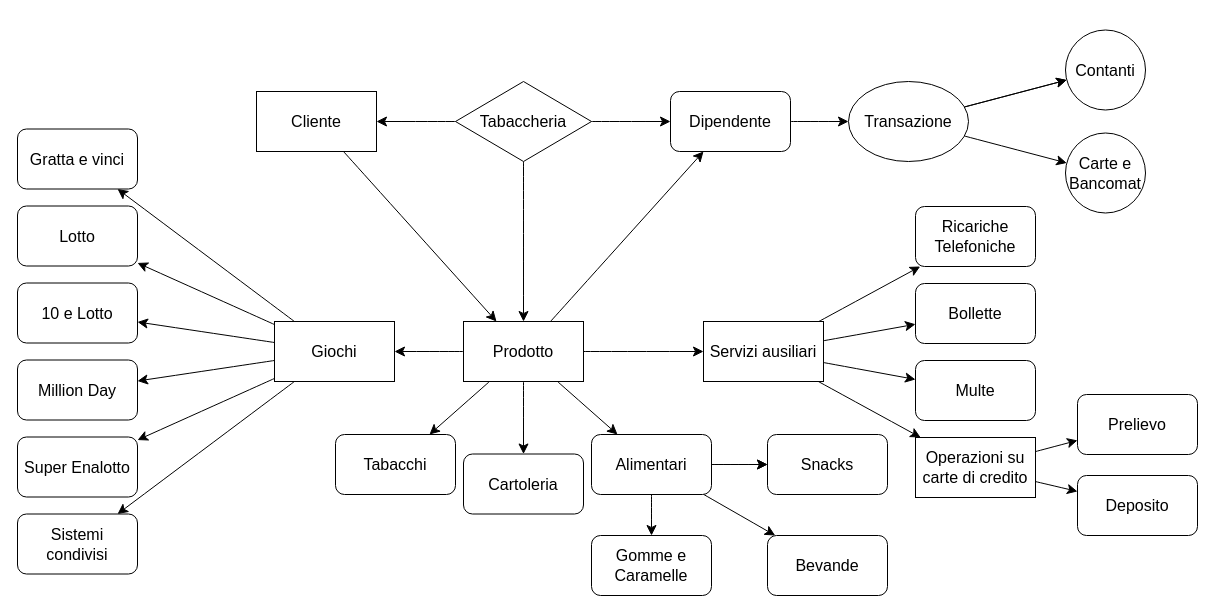
Above: md/Untitled Diagram.drawio in TheDarkBug/notes (draw.io), before the change. Source tidied: cells renumbered, new cells numbered last; positions are measured from the earlier drawing's top-left corner, leaving out a move shared by most shapes. Both pictures are drawn from the tidied source at 100%, with x=0, y=0 at pixel (17, 29).
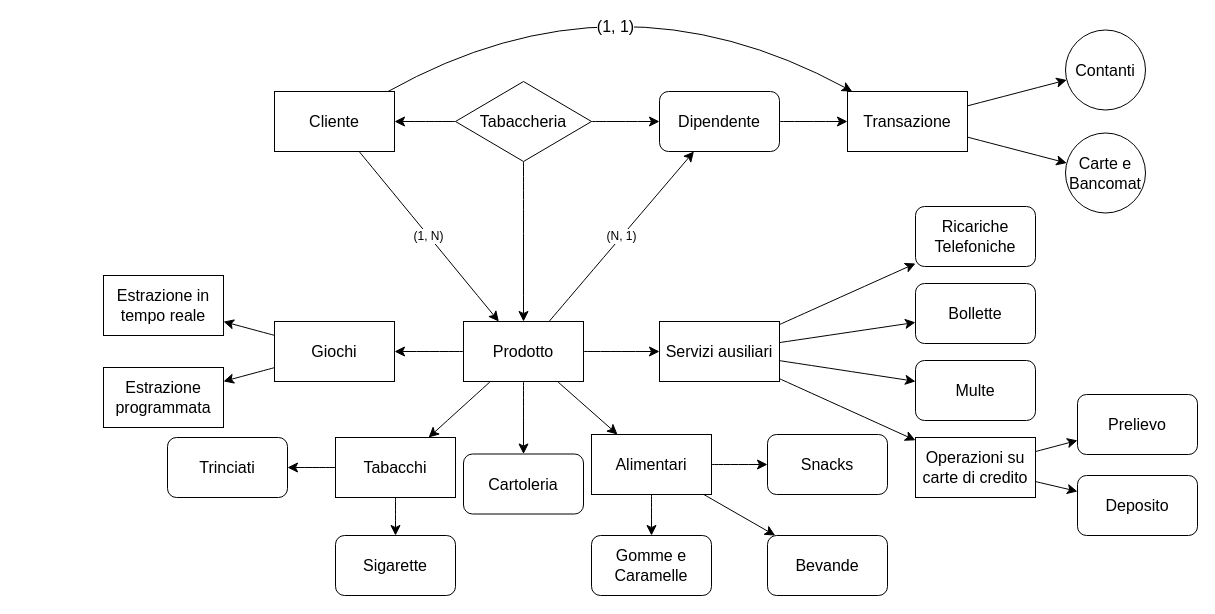
After the change.

The change refers to these unchanged cells:
```xml
<mxCell id="18" value="&lt;div&gt;Prodotto&lt;/div&gt;" style="whiteSpace=wrap;html=1;fontSize=16;" parent="1" vertex="1">
  <mxGeometry x="446" y="292" width="120" height="60" as="geometry" />
</mxCell>
<mxCell id="26" value="&lt;div&gt;Snacks&lt;/div&gt;" style="whiteSpace=wrap;html=1;fontSize=16;rounded=1;" parent="1" vertex="1">
  <mxGeometry x="750" y="405" width="120" height="60" as="geometry" />
</mxCell>
<mxCell id="27" value="&lt;div&gt;Bevande&lt;/div&gt;" style="rounded=1;whiteSpace=wrap;html=1;fontSize=16;" parent="1" vertex="1">
  <mxGeometry x="750" y="506" width="120" height="60" as="geometry" />
</mxCell>
<mxCell id="28" value="&lt;div&gt;Gomme e&lt;br&gt;&lt;/div&gt;&lt;div&gt;Caramelle&lt;/div&gt;" style="rounded=1;whiteSpace=wrap;html=1;fontSize=16;" parent="1" vertex="1">
  <mxGeometry x="574" y="506" width="120" height="60" as="geometry" />
</mxCell>
<mxCell id="37" value="Giochi" style="rounded=0;whiteSpace=wrap;html=1;fontSize=16;" parent="1" vertex="1">
  <mxGeometry x="257" y="292" width="120" height="60" as="geometry" />
</mxCell>
<mxCell id="44" value="&lt;div&gt;Contanti&lt;/div&gt;" style="ellipse;whiteSpace=wrap;html=1;fontSize=16;" parent="1" vertex="1">
  <mxGeometry x="1048" y="0.5" width="80" height="80" as="geometry" />
</mxCell>
<mxCell id="45" value="&lt;div&gt;Carte e Bancomat&lt;/div&gt;" style="ellipse;whiteSpace=wrap;html=1;fontSize=16;" parent="1" vertex="1">
  <mxGeometry x="1048" y="103.5" width="80" height="80" as="geometry" />
</mxCell>
<mxCell id="52" value="Ricariche Telefoniche" style="rounded=1;whiteSpace=wrap;html=1;fontSize=16;" parent="1" vertex="1">
  <mxGeometry x="898" y="177" width="120" height="60" as="geometry" />
</mxCell>
```

The edit, as a diff of the source:
```diff
@@
     <mxCell id="7" value="&lt;div&gt;Dipendente&lt;/div&gt;" style="rounded=1;whiteSpace=wrap;html=1;fontSize=16;" parent="1" vertex="1">
-      <mxGeometry x="653" y="62" width="120" height="60" as="geometry" />
+      <mxGeometry x="642" y="62" width="120" height="60" as="geometry" />
     </mxCell>
-    <mxCell id="8" style="edgeStyle=none;curved=1;rounded=0;jettySize=auto;html=1;fontSize=12;startSize=8;endSize=8;" parent="1" edge="1" source="11" target="44">
-      <mxGeometry relative="1" as="geometry" />
-    </mxCell>
-    <mxCell id="9" style="edgeStyle=none;curved=1;rounded=0;jettySize=auto;html=1;fontSize=12;startSize=8;endSize=8;" parent="1" edge="1" source="11" target="44">
-      <mxGeometry relative="1" as="geometry" />
-    </mxCell>
-    <mxCell id="10" style="edgeStyle=none;curved=1;rounded=0;jettySize=auto;html=1;fontSize=12;startSize=8;endSize=8;" parent="1" edge="1" source="11" target="45">
-      <mxGeometry relative="1" as="geometry" />
-    </mxCell>
-    <mxCell id="11" value="&lt;div&gt;Transazione&lt;/div&gt;" style="ellipse;whiteSpace=wrap;html=1;fontSize=16;" parent="1" vertex="1">
-      <mxGeometry x="831" y="52" width="120" height="80" as="geometry" />
-    </mxCell>
@@
-    <mxCell id="13" style="edgeStyle=none;curved=1;rounded=0;jettySize=auto;html=1;fontSize=12;startSize=8;endSize=8;" parent="1" edge="1" source="18" target="19">
-      <mxGeometry relative="1" as="geometry" />
-    </mxCell>
-    <mxCell id="14" style="edgeStyle=none;curved=1;rounded=0;jettySize=auto;html=1;fontSize=12;startSize=8;endSize=8;" parent="1" edge="1" source="18" target="25">
-      <mxGeometry relative="1" as="geometry" />
-    </mxCell>
-    <mxCell id="15" style="edgeStyle=none;curved=1;rounded=0;jettySize=auto;html=1;fontSize=12;startSize=8;endSize=8;" parent="1" edge="1" source="18" target="7">
+    <mxCell id="15" value="(N, 1)" style="edgeStyle=none;curved=1;rounded=0;jettySize=auto;html=1;fontSize=12;startSize=8;endSize=8;" parent="1" edge="1" source="18" target="7">
       <mxGeometry relative="1" as="geometry" />
     </mxCell>
@@
+    <mxCell id="14" style="edgeStyle=none;curved=1;rounded=0;jettySize=auto;html=1;fontSize=12;startSize=8;endSize=8;" parent="1" edge="1" source="18" target="25">
+      <mxGeometry relative="1" as="geometry" />
+    </mxCell>
+    <mxCell id="13" style="edgeStyle=none;curved=1;rounded=0;jettySize=auto;html=1;fontSize=12;startSize=8;endSize=8;" parent="1" edge="1" source="18" target="19">
+      <mxGeometry relative="1" as="geometry" />
+    </mxCell>
@@
-    <mxCell id="19" value="Tabacchi" style="rounded=1;whiteSpace=wrap;html=1;fontSize=16;" parent="1" vertex="1">
-      <mxGeometry x="318" y="405" width="120" height="60" as="geometry" />
-    </mxCell>
@@
-    <mxCell id="21" style="edgeStyle=none;curved=1;rounded=0;jettySize=auto;html=1;fontSize=12;startSize=8;endSize=8;" parent="1" edge="1" source="25" target="26">
-      <mxGeometry relative="1" as="geometry" />
-    </mxCell>
-    <mxCell id="22" style="edgeStyle=none;curved=1;rounded=0;jettySize=auto;html=1;fontSize=12;startSize=8;endSize=8;" parent="1" edge="1" source="25" target="26">
-      <mxGeometry relative="1" as="geometry" />
-    </mxCell>
-    <mxCell id="23" style="edgeStyle=none;curved=1;rounded=0;jettySize=auto;html=1;fontSize=12;startSize=8;endSize=8;" parent="1" edge="1" source="25" target="27">
-      <mxGeometry relative="1" as="geometry" />
-    </mxCell>
-    <mxCell id="24" style="edgeStyle=none;curved=1;rounded=0;jettySize=auto;html=1;fontSize=12;startSize=8;endSize=8;" parent="1" edge="1" source="25" target="28">
-      <mxGeometry relative="1" as="geometry" />
-    </mxCell>
-    <mxCell id="25" value="&lt;div&gt;Alimentari&lt;/div&gt;" style="rounded=1;whiteSpace=wrap;html=1;fontSize=16;" parent="1" vertex="1">
-      <mxGeometry x="574" y="405" width="120" height="60" as="geometry" />
-    </mxCell>
@@
-    <mxCell id="29" style="edgeStyle=none;curved=1;rounded=0;jettySize=auto;html=1;fontSize=12;startSize=8;endSize=8;" parent="1" edge="1" source="30" target="18">
+    <mxCell id="29" value="(1, N)" style="edgeStyle=none;curved=1;rounded=0;jettySize=auto;html=1;fontSize=12;startSize=8;endSize=8;" parent="1" edge="1" source="30" target="18">
       <mxGeometry relative="1" as="geometry" />
     </mxCell>
+    <mxCell id="59" style="edgeStyle=none;curved=1;rounded=0;jettySize=auto;html=1;fontSize=12;startSize=8;endSize=8;" parent="1" edge="1" source="30" target="11">
+      <mxGeometry relative="1" as="geometry">
+        <Array as="points">
+          <mxPoint x="599" y="-66" />
+        </Array>
+      </mxGeometry>
+    </mxCell>
+    <mxCell id="60" value="(1, 1)" style="edgeLabel;html=1;align=center;verticalAlign=middle;fontSize=16;" parent="59" vertex="1">
+      <mxGeometry x="-0.13" y="-54" relative="1" as="geometry">
+        <mxPoint x="-1" as="offset" />
+      </mxGeometry>
+    </mxCell>
     <mxCell id="30" value="&lt;div&gt;Cliente&lt;/div&gt;" style="rounded=0;whiteSpace=wrap;html=1;fontSize=16;" parent="1" vertex="1">
-      <mxGeometry x="239" y="62" width="120" height="60" as="geometry" />
+      <mxGeometry x="257" y="62" width="120" height="60" as="geometry" />
     </mxCell>
-    <mxCell id="31" style="edgeStyle=none;curved=1;rounded=0;jettySize=auto;html=1;fontSize=12;startSize=8;endSize=8;" parent="1" edge="1" source="37" target="41">
-      <mxGeometry relative="1" as="geometry" />
-    </mxCell>
-    <mxCell id="32" style="edgeStyle=none;curved=1;rounded=0;jettySize=auto;html=1;fontSize=12;startSize=8;endSize=8;" parent="1" edge="1" source="37" target="38">
-      <mxGeometry relative="1" as="geometry" />
-    </mxCell>
-    <mxCell id="33" style="edgeStyle=none;curved=1;rounded=0;jettySize=auto;html=1;fontSize=12;startSize=8;endSize=8;" parent="1" edge="1" source="37" target="39">
-      <mxGeometry relative="1" as="geometry" />
-    </mxCell>
-    <mxCell id="34" style="edgeStyle=none;curved=1;rounded=0;jettySize=auto;html=1;fontSize=12;startSize=8;endSize=8;" parent="1" edge="1" source="37" target="40">
-      <mxGeometry relative="1" as="geometry" />
-    </mxCell>
-    <mxCell id="35" style="edgeStyle=none;curved=1;rounded=0;jettySize=auto;html=1;fontSize=12;startSize=8;endSize=8;" parent="1" edge="1" source="37" target="43">
-      <mxGeometry relative="1" as="geometry" />
-    </mxCell>
-    <mxCell id="36" style="edgeStyle=none;curved=1;rounded=0;jettySize=auto;html=1;fontSize=12;startSize=8;endSize=8;" parent="1" edge="1" source="37" target="42">
-      <mxGeometry relative="1" as="geometry" />
-    </mxCell>
+    <mxCell id="61" style="edgeStyle=none;curved=1;rounded=0;jettySize=auto;html=1;fontSize=12;startSize=8;endSize=8;" parent="1" edge="1" source="37" target="63">
+      <mxGeometry relative="1" as="geometry" />
+    </mxCell>
+    <mxCell id="62" style="edgeStyle=none;curved=1;rounded=0;jettySize=auto;html=1;fontSize=12;startSize=8;endSize=8;" parent="1" edge="1" source="37" target="64">
+      <mxGeometry relative="1" as="geometry" />
+    </mxCell>
@@
-    <mxCell id="38" value="&lt;div&gt;Lotto&lt;/div&gt;" style="rounded=1;whiteSpace=wrap;html=1;fontSize=16;" parent="1" vertex="1">
-      <mxGeometry y="176.5" width="120" height="60" as="geometry" />
-    </mxCell>
-    <mxCell id="39" value="&lt;div&gt;10 e Lotto&lt;/div&gt;" style="rounded=1;whiteSpace=wrap;html=1;fontSize=16;" parent="1" vertex="1">
-      <mxGeometry y="253.5" width="120" height="60" as="geometry" />
-    </mxCell>
-    <mxCell id="40" value="Million Day" style="rounded=1;whiteSpace=wrap;html=1;fontSize=16;" parent="1" vertex="1">
-      <mxGeometry y="330.5" width="120" height="60" as="geometry" />
-    </mxCell>
-    <mxCell id="41" value="Gratta e vinci" style="rounded=1;whiteSpace=wrap;html=1;fontSize=16;" parent="1" vertex="1">
-      <mxGeometry y="99.5" width="120" height="60" as="geometry" />
-    </mxCell>
-    <mxCell id="42" value="Sistemi condivisi" style="rounded=1;whiteSpace=wrap;html=1;fontSize=16;" parent="1" vertex="1">
-      <mxGeometry y="484.5" width="120" height="60" as="geometry" />
-    </mxCell>
-    <mxCell id="43" value="Super Enalotto" style="rounded=1;whiteSpace=wrap;html=1;fontSize=16;" parent="1" vertex="1">
-      <mxGeometry y="407.5" width="120" height="60" as="geometry" />
-    </mxCell>
@@
-    <mxCell id="46" style="edgeStyle=none;curved=1;rounded=0;jettySize=auto;html=1;fontSize=12;startSize=8;endSize=8;" parent="1" edge="1" source="50" target="52">
+    <mxCell id="46" value="&lt;div&gt;&lt;br&gt;&lt;/div&gt;" style="edgeStyle=none;curved=1;rounded=0;jettySize=auto;html=1;fontSize=12;startSize=8;endSize=8;" parent="1" edge="1" source="50" target="52">
       <mxGeometry relative="1" as="geometry" />
     </mxCell>
@@
     <mxCell id="50" value="Servizi ausiliari" style="whiteSpace=wrap;html=1;fontSize=16;" parent="1" vertex="1">
-      <mxGeometry x="686" y="292" width="120" height="60" as="geometry" />
+      <mxGeometry x="642" y="292" width="120" height="60" as="geometry" />
     </mxCell>
@@
+    <mxCell id="63" value="Estrazione in tempo reale" style="rounded=0;whiteSpace=wrap;html=1;fontSize=16;" parent="1" vertex="1">
+      <mxGeometry x="86" y="246" width="120" height="60" as="geometry" />
+    </mxCell>
+    <mxCell id="64" value="Estrazione programmata" style="rounded=0;whiteSpace=wrap;html=1;fontSize=16;" parent="1" vertex="1">
+      <mxGeometry x="86" y="338" width="120" height="60" as="geometry" />
+    </mxCell>
+    <mxCell id="65" style="edgeStyle=none;curved=1;rounded=0;jettySize=auto;html=1;fontSize=12;startSize=8;endSize=8;" parent="1" edge="1" source="25" target="26">
+      <mxGeometry relative="1" as="geometry" />
+    </mxCell>
+    <mxCell id="23" style="edgeStyle=none;curved=1;rounded=0;jettySize=auto;html=1;fontSize=12;startSize=8;endSize=8;" parent="1" edge="1" source="25" target="27">
+      <mxGeometry relative="1" as="geometry" />
+    </mxCell>
+    <mxCell id="24" style="edgeStyle=none;curved=1;rounded=0;jettySize=auto;html=1;fontSize=12;startSize=8;endSize=8;" parent="1" edge="1" source="25" target="28">
+      <mxGeometry relative="1" as="geometry" />
+    </mxCell>
+    <mxCell id="25" value="Alimentari" style="rounded=0;whiteSpace=wrap;html=1;fontSize=16;" parent="1" vertex="1">
+      <mxGeometry x="574" y="405" width="120" height="60" as="geometry" />
+    </mxCell>
+    <mxCell id="66" style="edgeStyle=none;curved=1;rounded=0;jettySize=auto;html=1;fontSize=12;startSize=8;endSize=8;" parent="1" edge="1" source="19" target="68">
+      <mxGeometry relative="1" as="geometry" />
+    </mxCell>
+    <mxCell id="67" style="edgeStyle=none;curved=1;rounded=0;jettySize=auto;html=1;fontSize=12;startSize=8;endSize=8;" parent="1" edge="1" source="19" target="69">
+      <mxGeometry relative="1" as="geometry" />
+    </mxCell>
+    <mxCell id="19" value="Tabacchi" style="rounded=0;whiteSpace=wrap;html=1;fontSize=16;" parent="1" vertex="1">
+      <mxGeometry x="318" y="408" width="120" height="60" as="geometry" />
+    </mxCell>
+    <mxCell id="68" value="Trinciati" style="rounded=1;whiteSpace=wrap;html=1;fontSize=16;" parent="1" vertex="1">
+      <mxGeometry x="150" y="408" width="120" height="60" as="geometry" />
+    </mxCell>
+    <mxCell id="69" value="Sigarette" style="rounded=1;whiteSpace=wrap;html=1;fontSize=16;" parent="1" vertex="1">
+      <mxGeometry x="318" y="506" width="120" height="60" as="geometry" />
+    </mxCell>
+    <mxCell id="70" style="edgeStyle=none;curved=1;rounded=0;jettySize=auto;html=1;fontSize=12;startSize=8;endSize=8;" parent="1" edge="1" source="11" target="44">
+      <mxGeometry relative="1" as="geometry" />
+    </mxCell>
+    <mxCell id="10" style="edgeStyle=none;curved=1;rounded=0;jettySize=auto;html=1;fontSize=12;startSize=8;endSize=8;" parent="1" edge="1" source="11" target="45">
+      <mxGeometry relative="1" as="geometry" />
+    </mxCell>
+    <mxCell id="11" value="Transazione" style="rounded=0;whiteSpace=wrap;html=1;fontSize=16;" parent="1" vertex="1">
+      <mxGeometry x="830" y="62" width="120" height="60" as="geometry" />
+    </mxCell>
```
